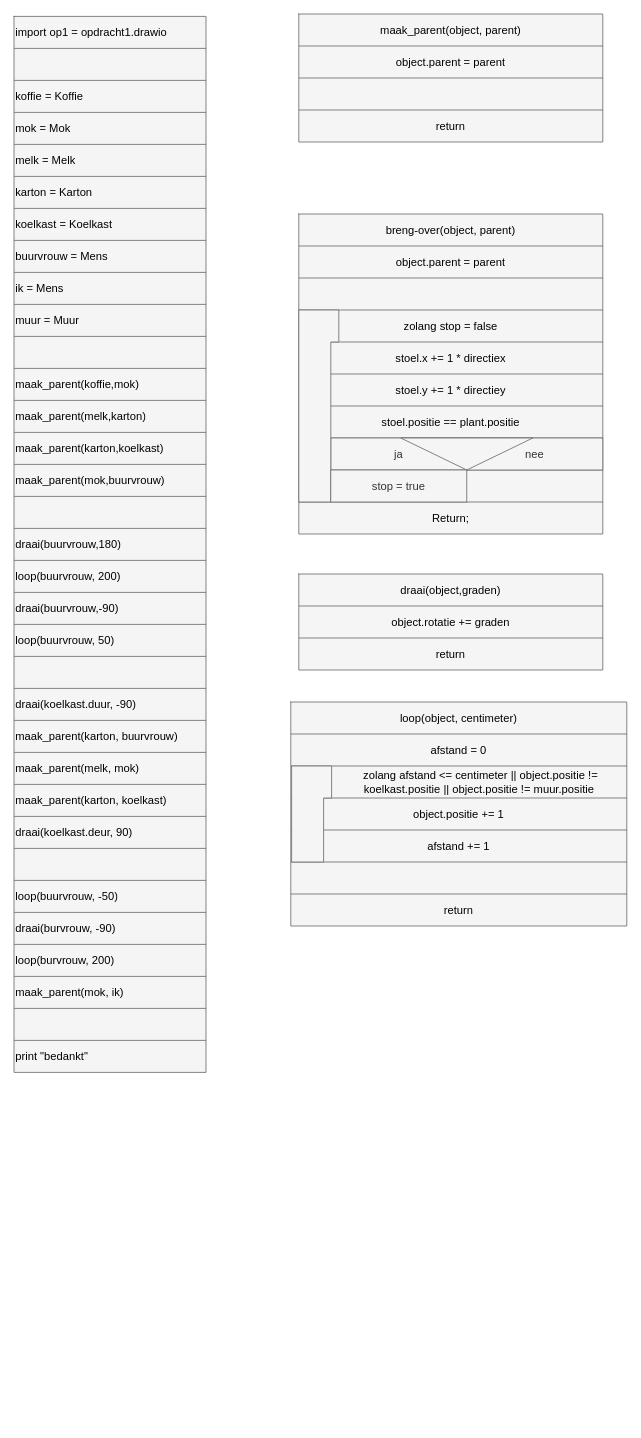
Before: psd/opdracht2.drawio in Brian-Boersen/educom-essentials-1678105539, a draw.io diagram. Source tidied: cells renumbered, new cells numbered last; positions are measured from the earlier drawing's top-left corner, leaving out a move shared by most shapes. Both pictures are drawn from the tidied source at 80%, with x=0, y=0 at pixel (14, 14).
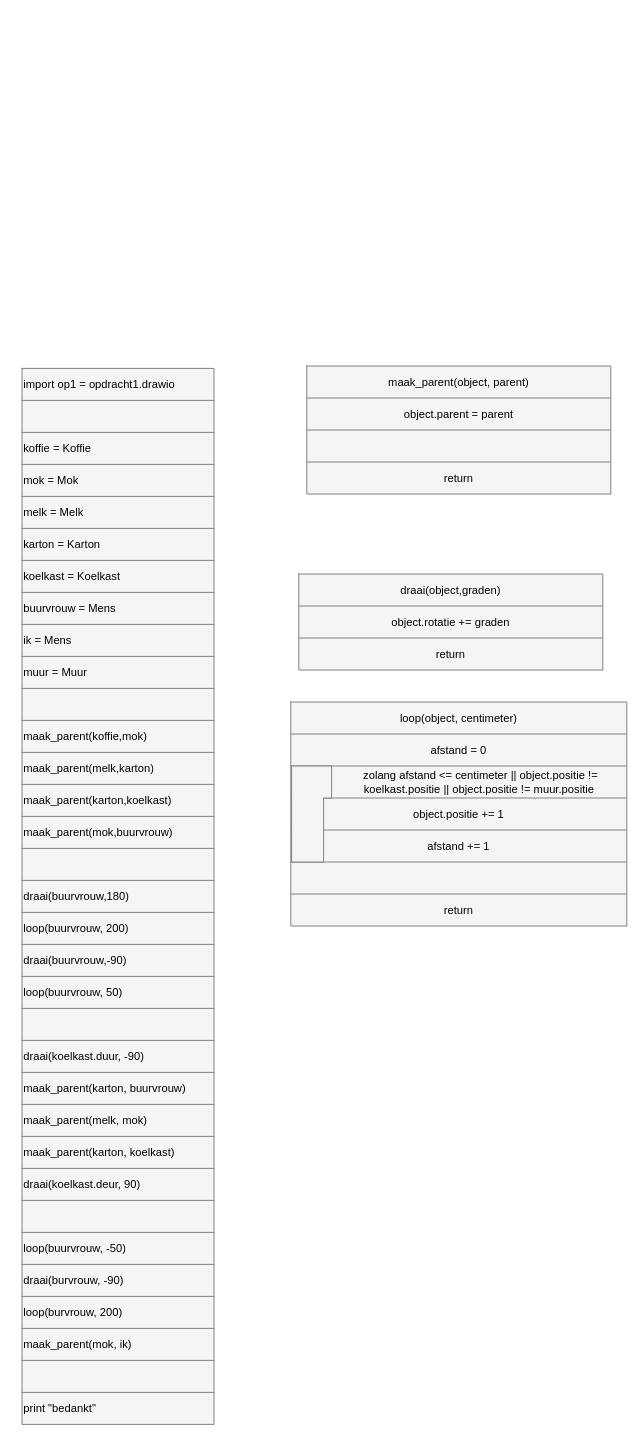
The same diagram, later.

Commit message (it also covers changes not shown here):
opdracht 2 aanpassing en opdracht3 aangemaakt #8

Diff of the diagram source:
```diff
@@
     <mxCell id="2" style="shape=table;startSize=0;childLayout=tableLayout;fillColor=#f5f5f5;strokeColor=#666666;fontColor=#000000;fontSize=14;swimlaneFillColor=none;rounded=0;" parent="1" vertex="1">
-      <mxGeometry x="356" width="380" height="160" as="geometry" />
+      <mxGeometry x="366" y="440" width="380" height="160" as="geometry" />
     </mxCell>
@@
     <mxCell id="11" style="shape=table;startSize=0;childLayout=tableLayout;fillColor=#f5f5f5;strokeColor=#666666;fontColor=#000000;fontSize=14;" parent="1" vertex="1">
-      <mxGeometry y="3" width="240" height="1320" as="geometry" />
+      <mxGeometry x="10" y="443" width="240" height="1320" as="geometry" />
     </mxCell>
@@
-    <mxCell id="78" style="shape=table;startSize=0;childLayout=tableLayout;fillColor=#f5f5f5;strokeColor=#666666;fontColor=#000000;fontSize=14;swimlaneFillColor=none;rounded=0;" parent="1" vertex="1">
-      <mxGeometry x="356" y="250" width="380" height="400" as="geometry" />
-    </mxCell>
-    <mxCell id="79" style="shape=tableRow;horizontal=0;startSize=0;swimlaneHead=0;swimlaneBody=0;top=0;left=0;bottom=0;right=0;fillColor=none;fontColor=#000000;fontSize=14;align=center;" parent="78" vertex="1">
-      <mxGeometry width="380" height="40" as="geometry" />
-    </mxCell>
-    <mxCell id="80" value="breng-over(object, parent)" style="shape=partialRectangle;html=1;whiteSpace=wrap;overflow=hidden;fillColor=none;top=0;left=0;bottom=0;right=0;fontColor=#000000;fontSize=14;" parent="79" vertex="1">
-      <mxGeometry width="380" height="40" as="geometry" />
-    </mxCell>
-    <mxCell id="81" style="shape=tableRow;horizontal=0;startSize=0;swimlaneHead=0;swimlaneBody=0;top=0;left=0;bottom=0;right=0;fillColor=none;fontColor=#000000;fontSize=14;" parent="78" vertex="1">
-      <mxGeometry y="40" width="380" height="40" as="geometry" />
-    </mxCell>
-    <mxCell id="82" value="object.parent = parent" style="shape=partialRectangle;html=1;whiteSpace=wrap;overflow=hidden;fillColor=none;top=0;left=0;bottom=0;right=0;fontColor=#000000;fontSize=14;" parent="81" vertex="1">
-      <mxGeometry width="380" height="40" as="geometry" />
-    </mxCell>
-    <mxCell id="83" style="shape=tableRow;horizontal=0;startSize=0;swimlaneHead=0;swimlaneBody=0;top=0;left=0;bottom=0;right=0;fillColor=none;fontColor=#000000;fontSize=14;" parent="78" vertex="1">
-      <mxGeometry y="80" width="380" height="40" as="geometry" />
-    </mxCell>
-    <mxCell id="84" style="shape=partialRectangle;html=1;whiteSpace=wrap;overflow=hidden;fillColor=none;top=0;left=0;bottom=0;right=0;fontColor=#000000;fontSize=14;" parent="83" vertex="1">
-      <mxGeometry width="380" height="40" as="geometry" />
-    </mxCell>
-    <mxCell id="85" style="shape=tableRow;horizontal=0;startSize=0;swimlaneHead=0;swimlaneBody=0;top=0;left=0;bottom=0;right=0;fillColor=none;fontColor=#000000;fontSize=14;" parent="78" vertex="1">
-      <mxGeometry y="120" width="380" height="40" as="geometry" />
-    </mxCell>
-    <mxCell id="86" value="zolang stop = false" style="shape=partialRectangle;html=1;whiteSpace=wrap;overflow=hidden;fillColor=none;top=0;left=0;bottom=0;right=0;fontColor=#000000;fontSize=14;" parent="85" vertex="1">
-      <mxGeometry width="380" height="40" as="geometry" />
-    </mxCell>
-    <mxCell id="87" style="shape=tableRow;horizontal=0;startSize=0;swimlaneHead=0;swimlaneBody=0;top=0;left=0;bottom=0;right=0;fillColor=none;fontColor=#000000;fontSize=14;" parent="78" vertex="1">
-      <mxGeometry y="160" width="380" height="40" as="geometry" />
-    </mxCell>
-    <mxCell id="88" value="stoel.x += 1 * directiex" style="shape=partialRectangle;html=1;whiteSpace=wrap;overflow=hidden;fillColor=none;top=0;left=0;bottom=0;right=0;fontColor=#000000;fontSize=14;" parent="87" vertex="1">
-      <mxGeometry width="380" height="40" as="geometry" />
-    </mxCell>
-    <mxCell id="89" style="shape=tableRow;horizontal=0;startSize=0;swimlaneHead=0;swimlaneBody=0;top=0;left=0;bottom=0;right=0;fillColor=none;fontColor=#000000;fontSize=14;" parent="78" vertex="1">
-      <mxGeometry y="200" width="380" height="40" as="geometry" />
-    </mxCell>
-    <mxCell id="90" value="stoel.y += 1 * directiey" style="shape=partialRectangle;html=1;whiteSpace=wrap;overflow=hidden;fillColor=none;top=0;left=0;bottom=0;right=0;fontColor=#000000;fontSize=14;" parent="89" vertex="1">
-      <mxGeometry width="380" height="40" as="geometry" />
-    </mxCell>
-    <mxCell id="91" style="shape=tableRow;horizontal=0;startSize=0;swimlaneHead=0;swimlaneBody=0;top=0;left=0;bottom=0;right=0;fillColor=none;fontColor=#000000;fontSize=14;" parent="78" vertex="1">
-      <mxGeometry y="240" width="380" height="40" as="geometry" />
-    </mxCell>
-    <mxCell id="92" value="stoel.positie == plant.positie" style="shape=partialRectangle;html=1;whiteSpace=wrap;overflow=hidden;fillColor=none;top=0;left=0;bottom=0;right=0;fontColor=#000000;fontSize=14;" parent="91" vertex="1">
-      <mxGeometry width="380" height="40" as="geometry" />
-    </mxCell>
-    <mxCell id="93" style="shape=tableRow;horizontal=0;startSize=0;swimlaneHead=0;swimlaneBody=0;top=0;left=0;bottom=0;right=0;fillColor=none;fontColor=#000000;fontSize=14;" parent="78" vertex="1">
-      <mxGeometry y="280" width="380" height="40" as="geometry" />
-    </mxCell>
-    <mxCell id="94" style="shape=partialRectangle;html=1;whiteSpace=wrap;overflow=hidden;fillColor=none;top=0;left=0;bottom=0;right=0;fontColor=#000000;fontSize=14;align=left;" parent="93" vertex="1">
-      <mxGeometry width="380" height="40" as="geometry" />
-    </mxCell>
-    <mxCell id="95" style="shape=tableRow;horizontal=0;startSize=0;swimlaneHead=0;swimlaneBody=0;top=0;left=0;bottom=0;right=0;fillColor=none;fontColor=#000000;fontSize=14;" parent="78" vertex="1">
-      <mxGeometry y="320" width="380" height="40" as="geometry" />
-    </mxCell>
-    <mxCell id="96" style="shape=partialRectangle;html=1;whiteSpace=wrap;overflow=hidden;fillColor=none;top=0;left=0;bottom=0;right=0;fontColor=#000000;fontSize=14;" parent="95" vertex="1">
-      <mxGeometry width="380" height="40" as="geometry" />
-    </mxCell>
-    <mxCell id="97" style="shape=tableRow;horizontal=0;startSize=0;swimlaneHead=0;swimlaneBody=0;top=0;left=0;bottom=0;right=0;fillColor=none;fontColor=#000000;fontSize=14;" parent="78" vertex="1">
-      <mxGeometry y="360" width="380" height="40" as="geometry" />
-    </mxCell>
-    <mxCell id="98" value="Return;" style="shape=partialRectangle;html=1;whiteSpace=wrap;overflow=hidden;fillColor=none;top=0;left=0;bottom=0;right=0;fontColor=#000000;fontSize=14;" parent="97" vertex="1">
-      <mxGeometry width="380" height="40" as="geometry" />
-    </mxCell>
-    <mxCell id="99" value="ja" style="rounded=0;whiteSpace=wrap;html=1;labelBackgroundColor=none;fontSize=14;fontColor=#333333;fillColor=#f5f5f5;strokeColor=#666666;align=center;" parent="1" vertex="1">
-      <mxGeometry x="396" y="530" width="170" height="40" as="geometry" />
-    </mxCell>
-    <mxCell id="100" style="shape=corner;whiteSpace=wrap;html=1;rounded=0;labelBackgroundColor=#FFFFFF;fontSize=14;fontColor=#333333;fillColor=#f5f5f5;strokeColor=#666666;dx=40;dy=40;align=center;" parent="1" vertex="1">
-      <mxGeometry x="356" y="370" width="50" height="240" as="geometry" />
-    </mxCell>
-    <mxCell id="101" value="nee" style="rounded=0;whiteSpace=wrap;html=1;labelBackgroundColor=none;fontSize=14;fontColor=#333333;fillColor=#f5f5f5;strokeColor=#666666;" parent="1" vertex="1">
-      <mxGeometry x="566" y="530" width="170" height="40" as="geometry" />
-    </mxCell>
-    <mxCell id="102" style="triangle;whiteSpace=wrap;html=1;rounded=0;labelBackgroundColor=none;fontSize=14;fontColor=#333333;fillColor=#f5f5f5;strokeColor=#666666;direction=south;" parent="1" vertex="1">
-      <mxGeometry x="483.5" y="530" width="165" height="40" as="geometry" />
-    </mxCell>
-    <mxCell id="103" value="stop = true" style="rounded=0;whiteSpace=wrap;html=1;labelBackgroundColor=none;fontSize=14;fontColor=#333333;fillColor=#f5f5f5;strokeColor=#666666;align=center;" parent="1" vertex="1">
-      <mxGeometry x="396" y="570" width="170" height="40" as="geometry" />
-    </mxCell>
```
